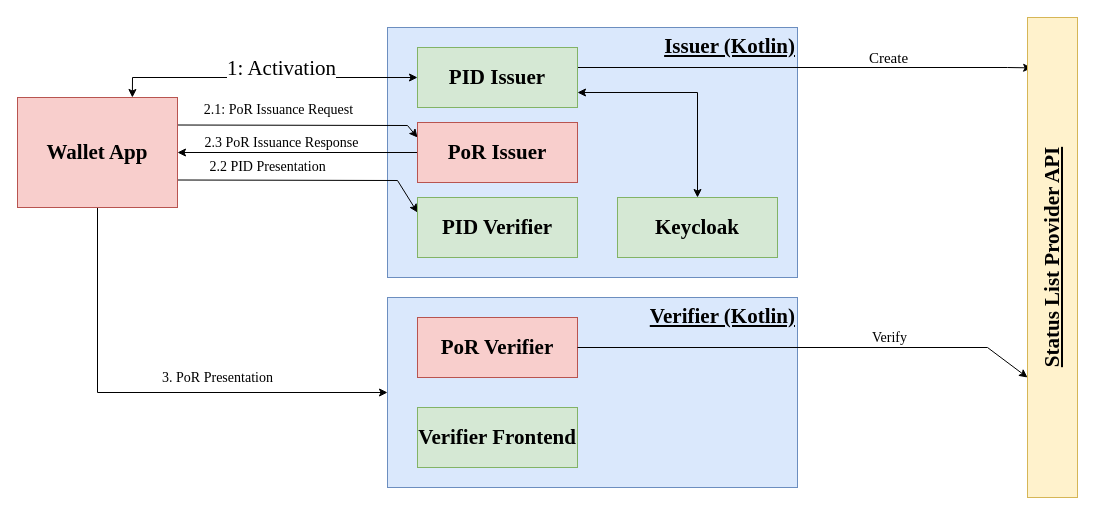
Before: Untitled Diagram.drawio in noxxious/eudi-app-android-wallet-ui, a draw.io diagram. Source tidied: cells renumbered, new cells numbered last; positions are measured from the earlier drawing's top-left corner, leaving out a move shared by most shapes. Both pictures are drawn from the tidied source at 100%, with x=0, y=0 at pixel (17, 17).
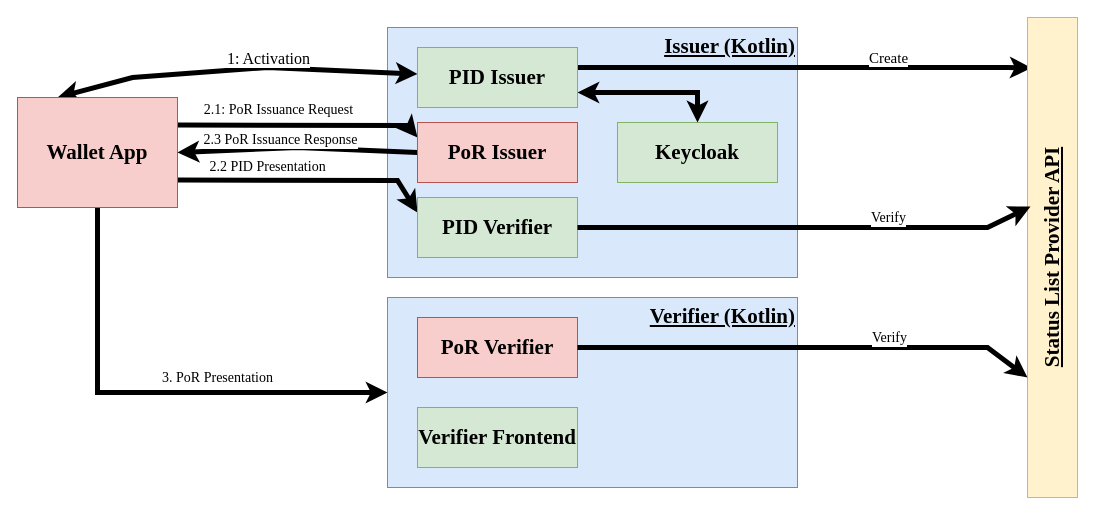
After the change.

Unchanged cells that the change refers to:
```xml
<mxCell id="2" value="Verifier (Kotlin)" style="rounded=0;whiteSpace=wrap;html=1;align=right;verticalAlign=top;fontFamily=Times New Roman;fontSize=21;fontStyle=5;fillColor=#dae8fc;strokeColor=#6c8ebf;" parent="1" vertex="1">
  <mxGeometry x="370" y="280" width="410" height="190" as="geometry" />
</mxCell>
<mxCell id="11" value="Wallet App" style="rounded=0;whiteSpace=wrap;html=1;fontFamily=Times New Roman;fontSize=21;fontStyle=1;fillColor=#f8cecc;strokeColor=#b85450;" parent="1" vertex="1">
  <mxGeometry y="80" width="160" height="110" as="geometry" />
</mxCell>
<mxCell id="15" value="PID Issuer" style="rounded=0;whiteSpace=wrap;html=1;fontFamily=Times New Roman;fontSize=21;fontStyle=1;fillColor=#d5e8d4;strokeColor=#82b366;" parent="1" vertex="1">
  <mxGeometry x="400" y="30" width="160" height="60" as="geometry" />
</mxCell>
<mxCell id="16" value="PID Verifier" style="rounded=0;whiteSpace=wrap;html=1;fontFamily=Times New Roman;fontSize=21;fontStyle=1;fillColor=#d5e8d4;strokeColor=#82b366;" parent="1" vertex="1">
  <mxGeometry x="400" y="180" width="160" height="60" as="geometry" />
</mxCell>
<mxCell id="19" value="PoR Issuer" style="rounded=0;whiteSpace=wrap;html=1;fontFamily=Times New Roman;fontSize=21;fontStyle=1;fillColor=#f8cecc;strokeColor=#b85450;" parent="1" vertex="1">
  <mxGeometry x="400" y="105" width="160" height="60" as="geometry" />
</mxCell>
<mxCell id="20" value="PoR Verifier" style="rounded=0;whiteSpace=wrap;html=1;fontFamily=Times New Roman;fontSize=21;fontStyle=1;fillColor=#f8cecc;strokeColor=#b85450;" parent="1" vertex="1">
  <mxGeometry x="400" y="300" width="160" height="60" as="geometry" />
</mxCell>
<mxCell id="22" value="Status List Provider API " style="rounded=0;whiteSpace=wrap;html=1;align=center;verticalAlign=middle;fontFamily=Times New Roman;fontSize=21;fontStyle=5;direction=east;horizontal=0;fillColor=#fff2cc;strokeColor=#d6b656;" parent="1" vertex="1">
  <mxGeometry x="1010" width="50" height="480" as="geometry" />
</mxCell>
```

Change to the diagram source:
```diff
@@
-    <mxCell id="4" style="rounded=0;jettySize=auto;html=1;exitX=0.718;exitY=0;exitDx=0;exitDy=0;fontFamily=Times New Roman;fontSize=12;exitPerimeter=0;startArrow=classic;startFill=1;" parent="1" edge="1" source="11" target="15">
+    <mxCell id="4" style="rounded=0;jettySize=auto;html=1;exitX=0.25;exitY=0;exitDx=0;exitDy=0;fontFamily=Times New Roman;fontSize=12;startArrow=classic;startFill=1;strokeWidth=5;" parent="1" edge="1" source="11" target="15">
       <mxGeometry relative="1" as="geometry">
         <Array as="points">
           <mxPoint x="115" y="60" />
+          <mxPoint x="250" y="50" />
         </Array>
       </mxGeometry>
     </mxCell>
-    <mxCell id="5" value="1: Activation" style="edgeLabel;html=1;align=center;verticalAlign=middle;fontFamily=Times New Roman;fontSize=21;" parent="4" vertex="1">
+    <mxCell id="5" value="1: Activation" style="edgeLabel;html=1;align=center;verticalAlign=middle;fontFamily=Times New Roman;fontSize=16;" parent="4" vertex="1">
       <mxGeometry x="0.11" y="-4" relative="1" as="geometry">
-        <mxPoint y="-14" as="offset" />
+        <mxPoint x="11" y="-14" as="offset" />
       </mxGeometry>
     </mxCell>
-    <mxCell id="6" style="rounded=0;jettySize=auto;html=1;exitX=1;exitY=0.25;exitDx=0;exitDy=0;entryX=0;entryY=0.25;entryDx=0;entryDy=0;" parent="1" edge="1" source="11" target="19">
+    <mxCell id="6" style="rounded=0;jettySize=auto;html=1;exitX=1;exitY=0.25;exitDx=0;exitDy=0;entryX=0;entryY=0.25;entryDx=0;entryDy=0;strokeWidth=5;" parent="1" edge="1" source="11" target="19">
       <mxGeometry relative="1" as="geometry">
         <Array as="points">
           <mxPoint x="390" y="108" />
         </Array>
       </mxGeometry>
     </mxCell>
@@
-    <mxCell id="8" value="2.2 PID Presentation" style="rounded=0;jettySize=auto;html=1;exitX=1;exitY=0.75;exitDx=0;exitDy=0;fontFamily=Times New Roman;fontSize=14;entryX=0;entryY=0.25;entryDx=0;entryDy=0;" parent="1" edge="1" source="11" target="16">
+    <mxCell id="8" value="2.2 PID Presentation" style="rounded=0;jettySize=auto;html=1;exitX=1;exitY=0.75;exitDx=0;exitDy=0;fontFamily=Times New Roman;fontSize=14;entryX=0;entryY=0.25;entryDx=0;entryDy=0;strokeWidth=5;" parent="1" edge="1" source="11" target="16">
       <mxGeometry x="-0.3" y="13" relative="1" as="geometry">
         <Array as="points">
           <mxPoint x="380" y="163" />
         </Array>
       </mxGeometry>
     </mxCell>
-    <mxCell id="9" style="edgeStyle=orthogonalEdgeStyle;rounded=0;jettySize=auto;html=1;entryX=0;entryY=0.5;entryDx=0;entryDy=0;fontFamily=Times New Roman;fontSize=14;" parent="1" edge="1" source="11" target="2">
+    <mxCell id="9" style="edgeStyle=orthogonalEdgeStyle;rounded=0;jettySize=auto;html=1;entryX=0;entryY=0.5;entryDx=0;entryDy=0;fontFamily=Times New Roman;fontSize=14;strokeWidth=5;" parent="1" edge="1" source="11" target="2">
       <mxGeometry relative="1" as="geometry">
         <Array as="points">
           <mxPoint x="80" y="375" />
         </Array>
       </mxGeometry>
     </mxCell>
@@
     <mxCell id="12" value="Keycloak" style="rounded=0;whiteSpace=wrap;html=1;fontFamily=Times New Roman;fontSize=21;fontStyle=1;fillColor=#d5e8d4;strokeColor=#82b366;" parent="1" vertex="1">
-      <mxGeometry x="600" y="180" width="160" height="60" as="geometry" />
+      <mxGeometry x="600" y="105" width="160" height="60" as="geometry" />
     </mxCell>
-    <mxCell id="13" style="edgeStyle=orthogonalEdgeStyle;rounded=0;jettySize=auto;html=1;entryX=0.5;entryY=0;entryDx=0;entryDy=0;startArrow=classic;startFill=1;exitX=1;exitY=0.75;exitDx=0;exitDy=0;" parent="1" edge="1" source="15" target="12">
+    <mxCell id="13" style="edgeStyle=orthogonalEdgeStyle;rounded=0;jettySize=auto;html=1;entryX=0.5;entryY=0;entryDx=0;entryDy=0;startArrow=classic;startFill=1;exitX=1;exitY=0.75;exitDx=0;exitDy=0;strokeWidth=5;" parent="1" edge="1" source="15" target="12">
       <mxGeometry relative="1" as="geometry" />
     </mxCell>
-    <mxCell id="14" value="Create" style="rounded=0;jettySize=auto;html=1;exitX=1;exitY=0.25;exitDx=0;exitDy=0;entryX=0.083;entryY=0.105;entryDx=0;entryDy=0;fontSize=15;fontFamily=Times New Roman;entryPerimeter=0;" parent="1" edge="1" target="22">
+    <mxCell id="14" value="Create" style="rounded=0;jettySize=auto;html=1;exitX=1;exitY=0.25;exitDx=0;exitDy=0;entryX=0.083;entryY=0.105;entryDx=0;entryDy=0;fontSize=15;fontFamily=Times New Roman;entryPerimeter=0;strokeWidth=5;" parent="1" edge="1" target="22">
       <mxGeometry x="0.37" y="10" relative="1" as="geometry">
         <mxPoint x="560" y="50" as="sourcePoint" />
         <Array as="points">
           <mxPoint x="990" y="50" />
         </Array>
       </mxGeometry>
     </mxCell>
@@
-    <mxCell id="17" style="rounded=0;jettySize=auto;html=1;exitX=0;exitY=0.5;exitDx=0;exitDy=0;entryX=1;entryY=0.5;entryDx=0;entryDy=0;" parent="1" edge="1" source="19" target="11">
-      <mxGeometry relative="1" as="geometry" />
+    <mxCell id="17" style="rounded=0;jettySize=auto;html=1;exitX=0;exitY=0.5;exitDx=0;exitDy=0;entryX=1;entryY=0.5;entryDx=0;entryDy=0;strokeWidth=5;" parent="1" edge="1" source="19" target="11">
+      <mxGeometry relative="1" as="geometry">
+        <Array as="points">
+          <mxPoint x="280" y="130" />
+        </Array>
+      </mxGeometry>
     </mxCell>
@@
-    <mxCell id="23" style="rounded=0;jettySize=auto;html=1;exitX=1;exitY=0.5;exitDx=0;exitDy=0;entryX=0;entryY=0.75;entryDx=0;entryDy=0;" parent="1" edge="1" source="20" target="22">
+    <mxCell id="23" style="rounded=0;jettySize=auto;html=1;exitX=1;exitY=0.5;exitDx=0;exitDy=0;entryX=0;entryY=0.75;entryDx=0;entryDy=0;strokeWidth=5;" parent="1" edge="1" source="20" target="22">
       <mxGeometry relative="1" as="geometry">
         <Array as="points">
           <mxPoint x="970" y="330" />
         </Array>
       </mxGeometry>
     </mxCell>
@@
+    <mxCell id="25" style="rounded=0;jettySize=auto;html=1;entryX=0.06;entryY=0.394;entryDx=0;entryDy=0;entryPerimeter=0;strokeWidth=5;" parent="1" edge="1" source="16" target="22">
+      <mxGeometry relative="1" as="geometry">
+        <Array as="points">
+          <mxPoint x="970" y="210" />
+        </Array>
+      </mxGeometry>
+    </mxCell>
+    <mxCell id="26" value="Verify" style="edgeLabel;html=1;align=center;verticalAlign=middle;fontFamily=Times New Roman;fontSize=14;" parent="25" vertex="1">
+      <mxGeometry x="0.45" y="-1" relative="1" as="geometry">
+        <mxPoint x="-22" y="-11" as="offset" />
+      </mxGeometry>
+    </mxCell>
```
